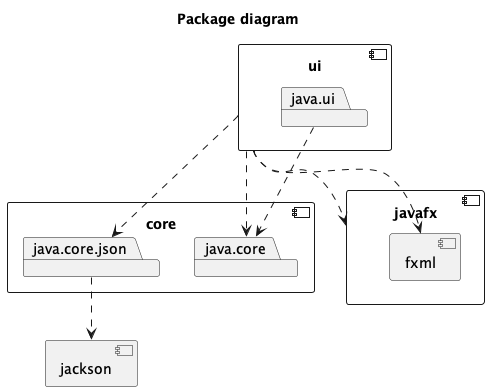
The PlantUML diagram PackageDiagram.png in ThomasHWik/IT1901, before a commit. The source it was exported from:
```plantuml
@startuml PackageDiagram

title Package diagram
!define List java.util.List !define ArrayList java.util.ArrayList

component core {
    package java.core
    package java.core.json
}


component jackson {
}



java.core.json ..> jackson

component ui {
    package java.ui
}
java.ui ..> java.core


component javafx {
    component fxml {

    }
}
ui ..> javafx
ui ..> fxml

ui ..> java.core.json
ui ..> java.core

@enduml
```
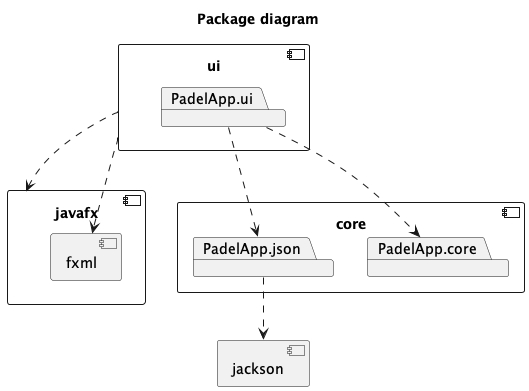
Later version of the same file.

Commit message:
changed the diagram after the changes in the structure and fixed the code structure in readme file, #39

Change to the diagram source:
```diff
@@ -4,8 +4,8 @@
 !define List java.util.List !define ArrayList java.util.ArrayList
 
 component core {
-    package java.core
-    package java.core.json
+    package PadelApp.core
+    package PadelApp.json
 }
 
 
@@ -14,12 +14,12 @@
 
 
 
-java.core.json ..> jackson
+PadelApp.json ..> jackson
 
 component ui {
-    package java.ui
+    package PadelApp.ui
 }
-java.ui ..> java.core
+PadelApp.ui ..> PadelApp.core
 
 
 component javafx {
@@ -30,7 +30,7 @@
 ui ..> javafx
 ui ..> fxml
 
-ui ..> java.core.json
-ui ..> java.core
+PadelApp.ui ..> PadelApp.json
+
 
 @enduml
```
